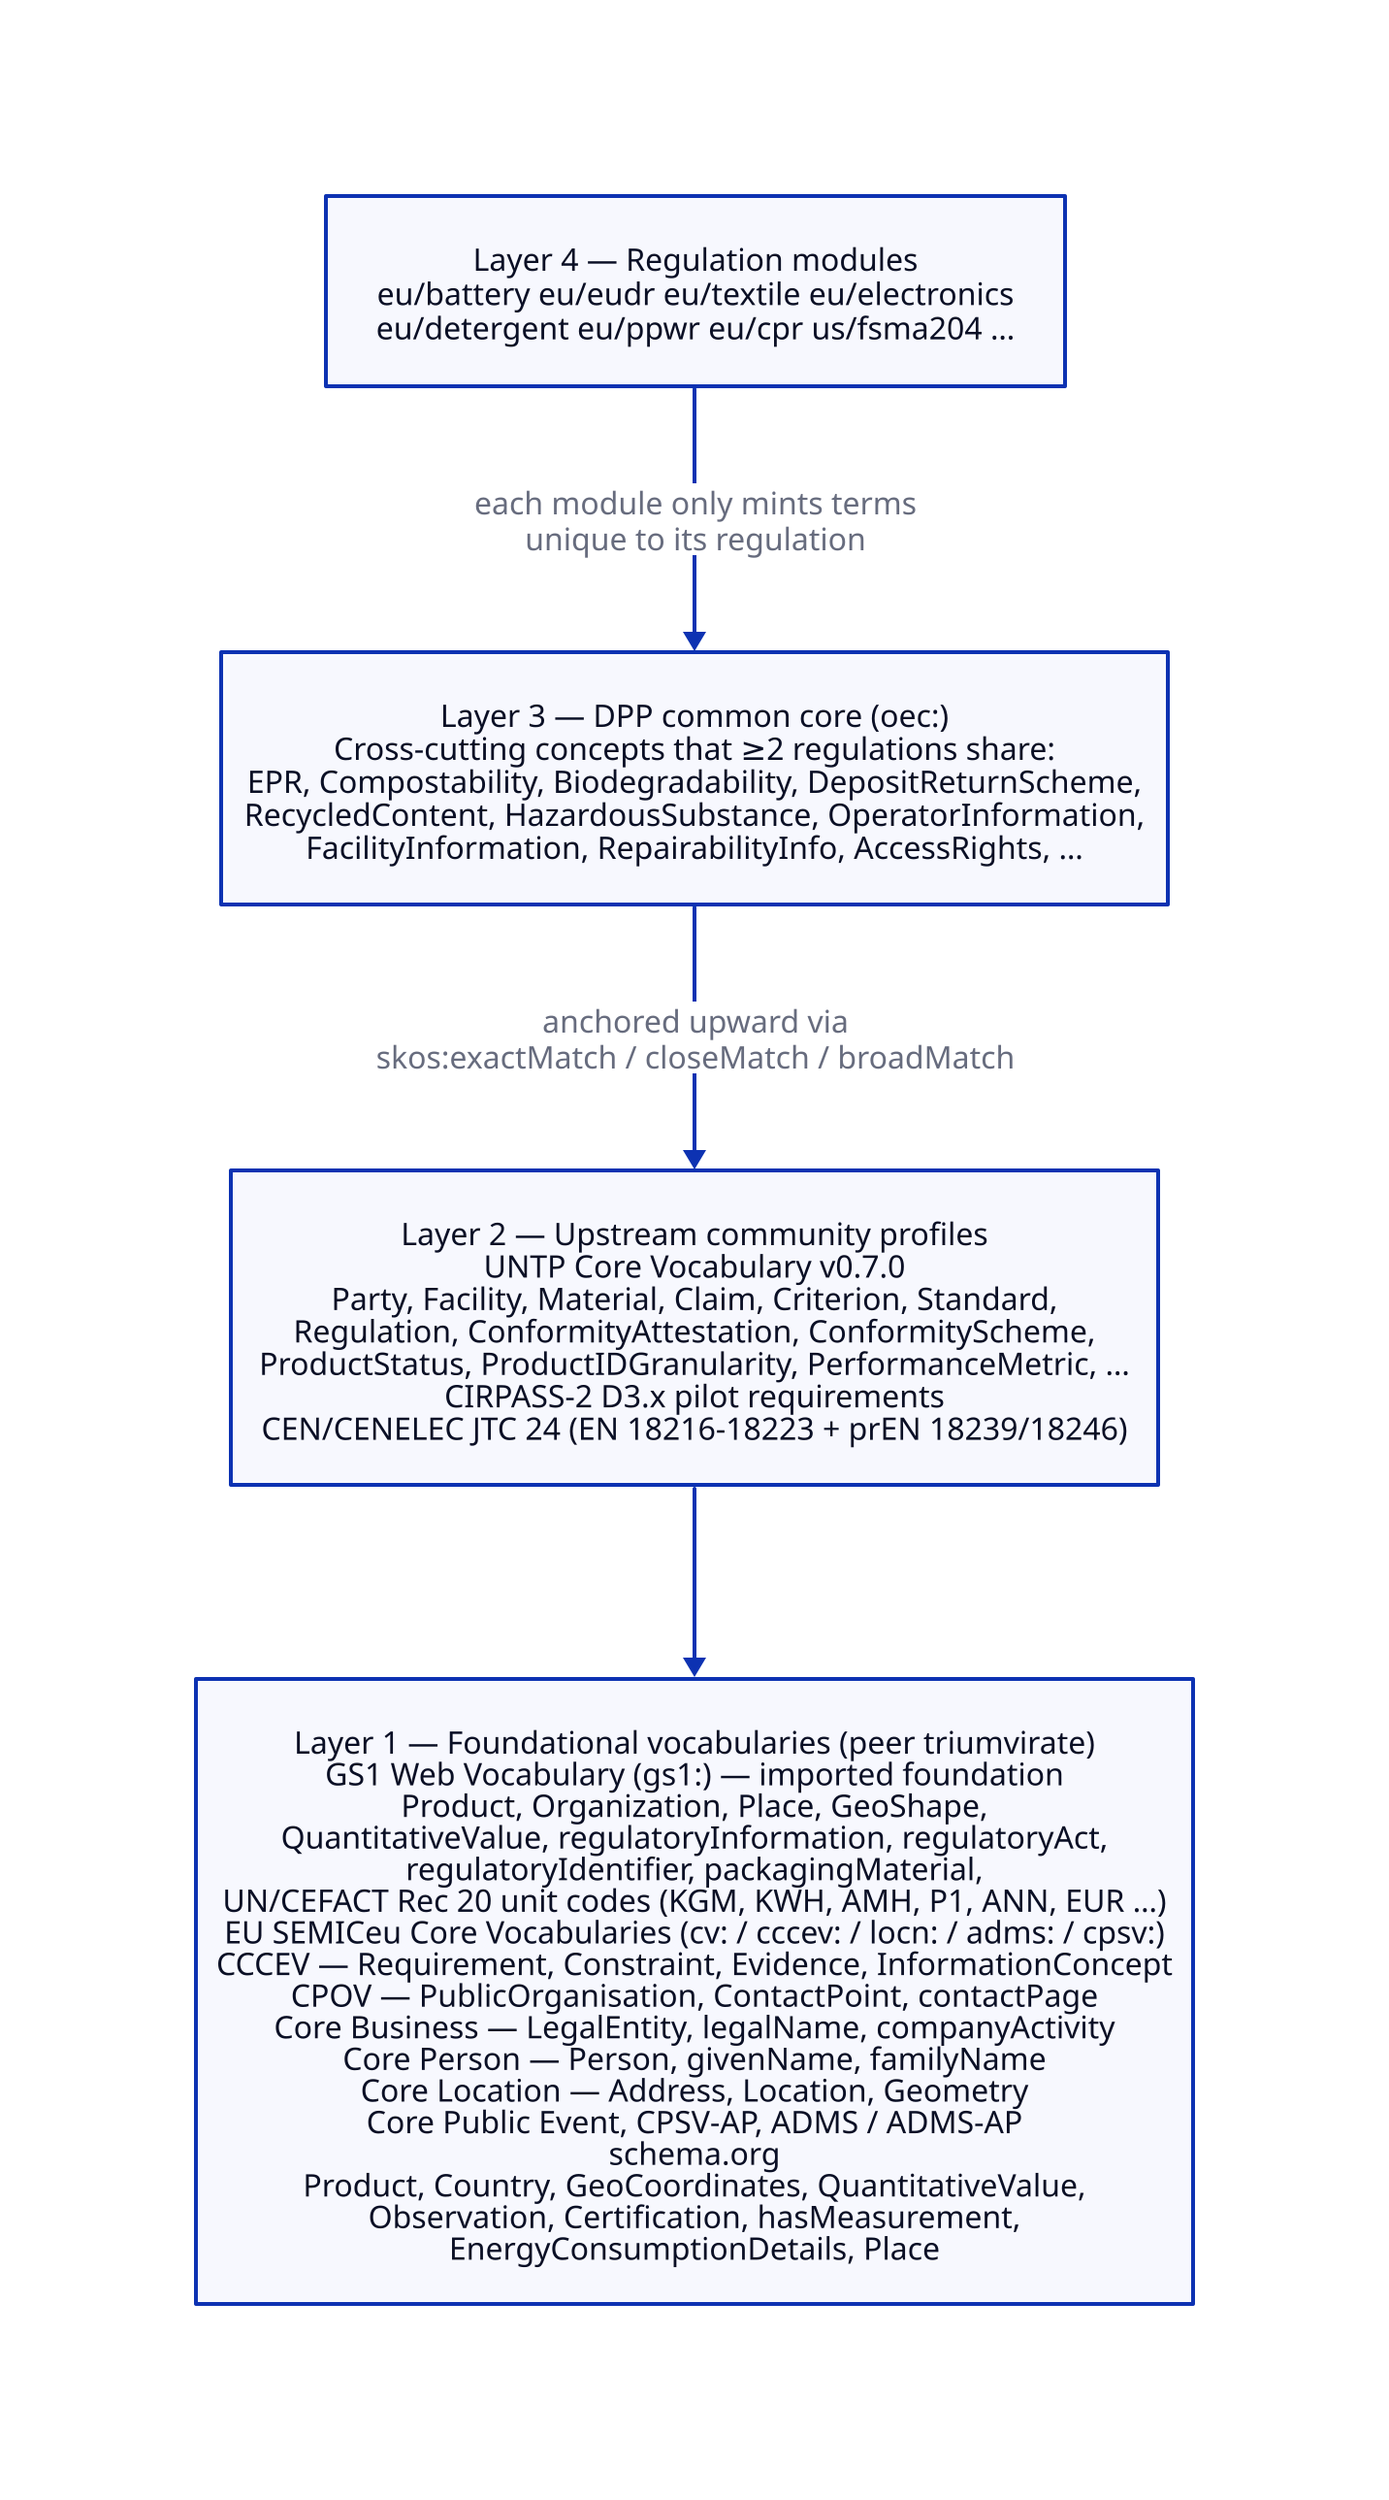
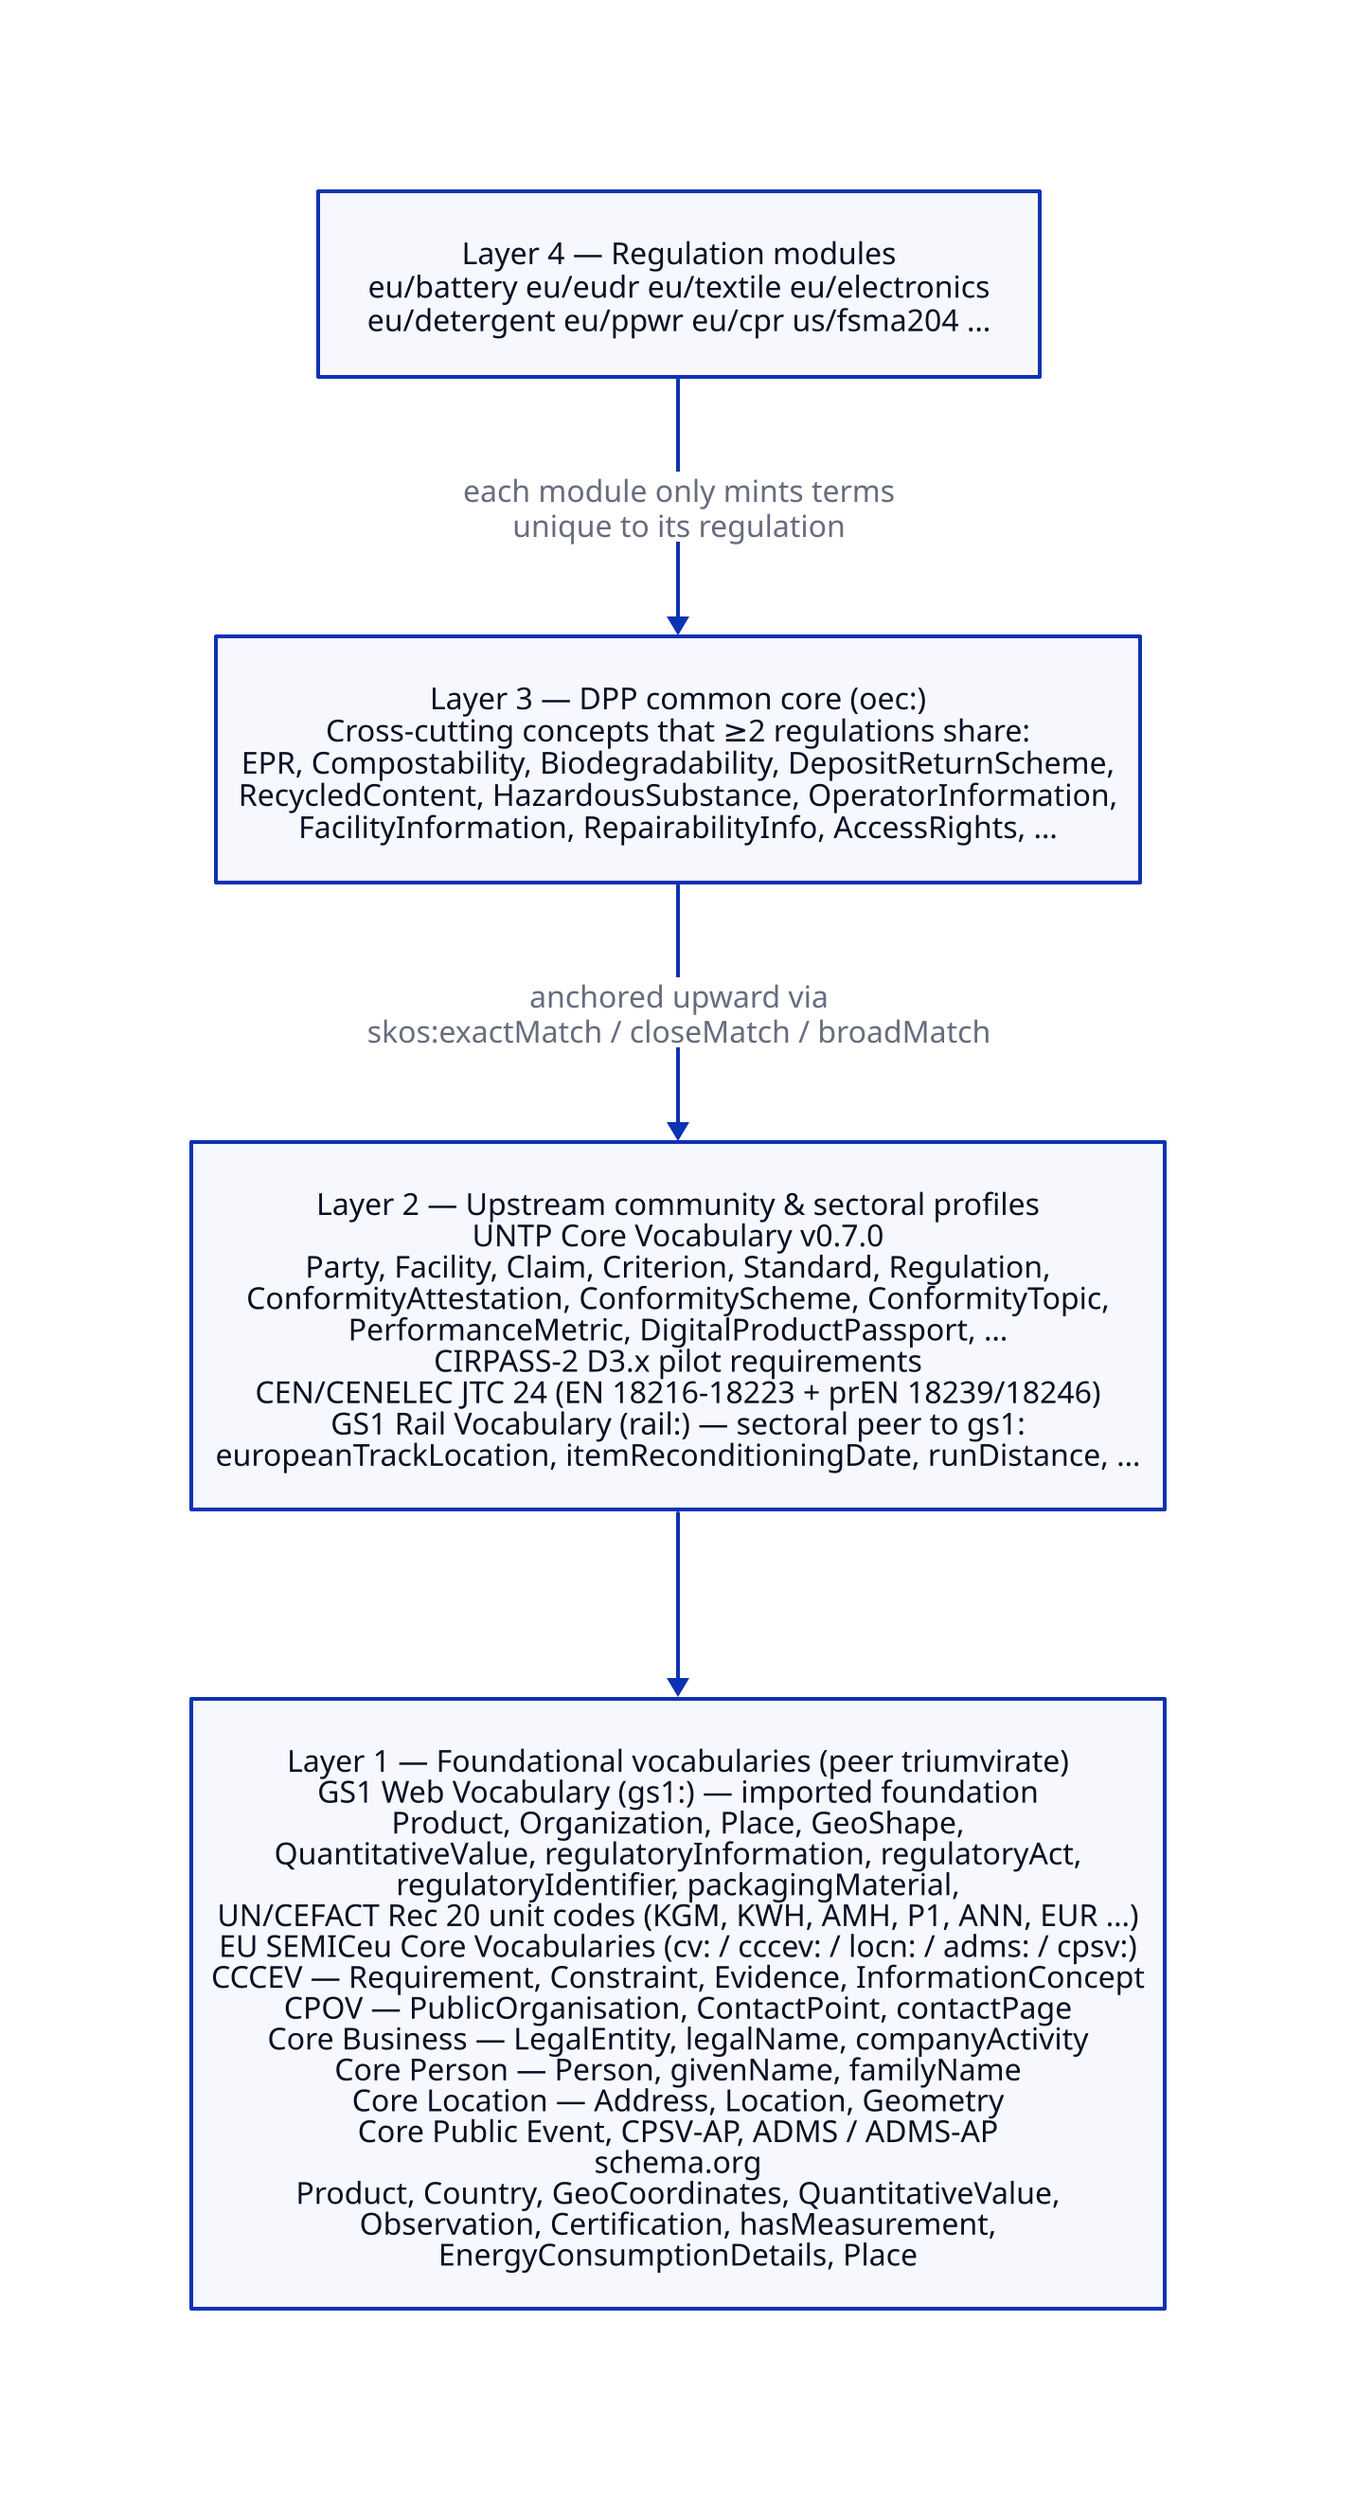
# Source for vocabulary-layering-{light,dark}.svg — `pnpm run diagrams:build`.
# The four-layer delegation stack (detailed) for docs/VOCABULARY_LAYERING.md.

direction: down

l4: "Layer 4 — Regulation modules\neu/battery   eu/eudr   eu/textile   eu/electronics\neu/detergent eu/ppwr  eu/cpr        us/fsma204   …"

l3: "Layer 3 — DPP common core (oec:)\nCross-cutting concepts that ≥2 regulations share:\nEPR, Compostability, Biodegradability, DepositReturnScheme,\nRecycledContent, HazardousSubstance, OperatorInformation,\nFacilityInformation, RepairabilityInfo, AccessRights, …"

- l2: "Layer 2 — Upstream community profiles\nUNTP Core Vocabulary v0.7.0\n  Party, Facility, Material, Claim, Criterion, Standard,\n  Regulation, ConformityAttestation, ConformityScheme,\n  ProductStatus, ProductIDGranularity, PerformanceMetric, …\nCIRPASS-2 D3.x pilot requirements\nCEN/CENELEC JTC 24 (EN 18216-18223 + prEN 18239/18246)"
+ l2: "Layer 2 — Upstream community & sectoral profiles\nUNTP Core Vocabulary v0.7.0\n  Party, Facility, Claim, Criterion, Standard, Regulation,\n  ConformityAttestation, ConformityScheme, ConformityTopic,\n  PerformanceMetric, DigitalProductPassport, …\nCIRPASS-2 D3.x pilot requirements\nCEN/CENELEC JTC 24 (EN 18216-18223 + prEN 18239/18246)\nGS1 Rail Vocabulary (rail:) — sectoral peer to gs1:\n  europeanTrackLocation, itemReconditioningDate, runDistance, …"

l1: "Layer 1 — Foundational vocabularies (peer triumvirate)\nGS1 Web Vocabulary (gs1:) — imported foundation\n  Product, Organization, Place, GeoShape,\n  QuantitativeValue, regulatoryInformation, regulatoryAct,\n  regulatoryIdentifier, packagingMaterial,\n  UN/CEFACT Rec 20 unit codes (KGM, KWH, AMH, P1, ANN, EUR …)\nEU SEMICeu Core Vocabularies (cv: / cccev: / locn: / adms: / cpsv:)\n  CCCEV — Requirement, Constraint, Evidence, InformationConcept\n  CPOV  — PublicOrganisation, ContactPoint, contactPage\n  Core Business — LegalEntity, legalName, companyActivity\n  Core Person   — Person, givenName, familyName\n  Core Location — Address, Location, Geometry\n  Core Public Event, CPSV-AP, ADMS / ADMS-AP\nschema.org\n  Product, Country, GeoCoordinates, QuantitativeValue,\n  Observation, Certification, hasMeasurement,\n  EnergyConsumptionDetails, Place"

l4 -> l3: "each module only mints terms\nunique to its regulation"
l3 -> l2: "anchored upward via\nskos:exactMatch / closeMatch / broadMatch"
l2 -> l1
